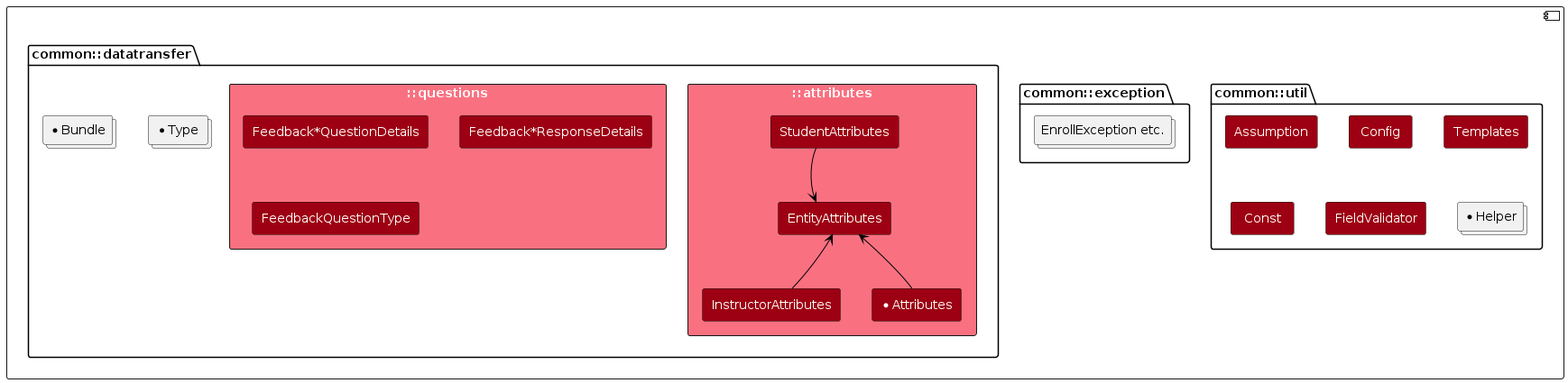
TEAMMATES/teammates keeps this PlantUML diagram as diagrams/CommonComponent.png. Above is the earlier version. Its source is kept beside it as diagrams/CommonComponent.puml.
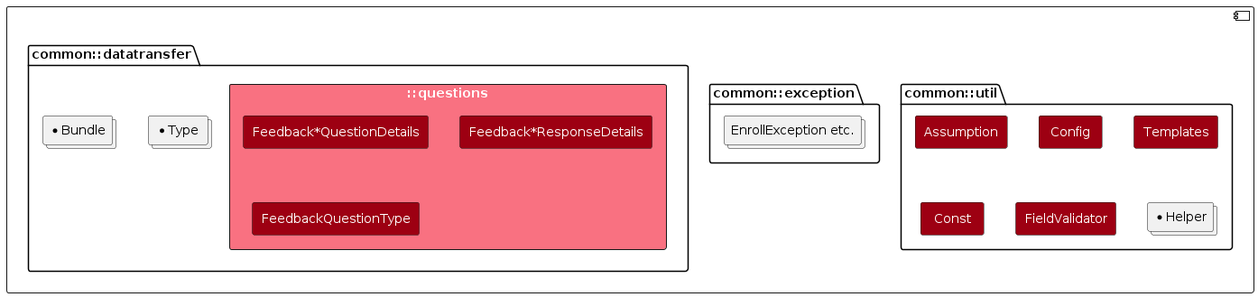
After the commit.

Diff of the diagram source:
```diff
@@ -24,12 +24,6 @@
     package common::datatransfer {
         collections "*Type" as Type
         collections "*Bundle" as Bundle
-        rectangle ::attributes MODEL_COLOR_T1 {
-            rectangle EntityAttributes
-            rectangle StudentAttributes
-            rectangle InstructorAttributes
-            rectangle "*Attributes" as Attributes
-        }
         rectangle ::questions MODEL_COLOR_T1 {
             rectangle "Feedback*QuestionDetails" as FQD
             rectangle "Feedback*ResponseDetails" as FRD
@@ -38,13 +32,4 @@
     }
 }
 
-StudentAttributes -> EntityAttributes
-InstructorAttributes -> EntityAttributes
-Attributes -> EntityAttributes
-
-StudentAttributes -[hidden]up- EntityAttributes
-EntityAttributes -[hidden]down- StudentAttributes
-InstructorAttributes -[hidden]up- EntityAttributes
-Attributes -[hidden]up- EntityAttributes
-
 @enduml
```
